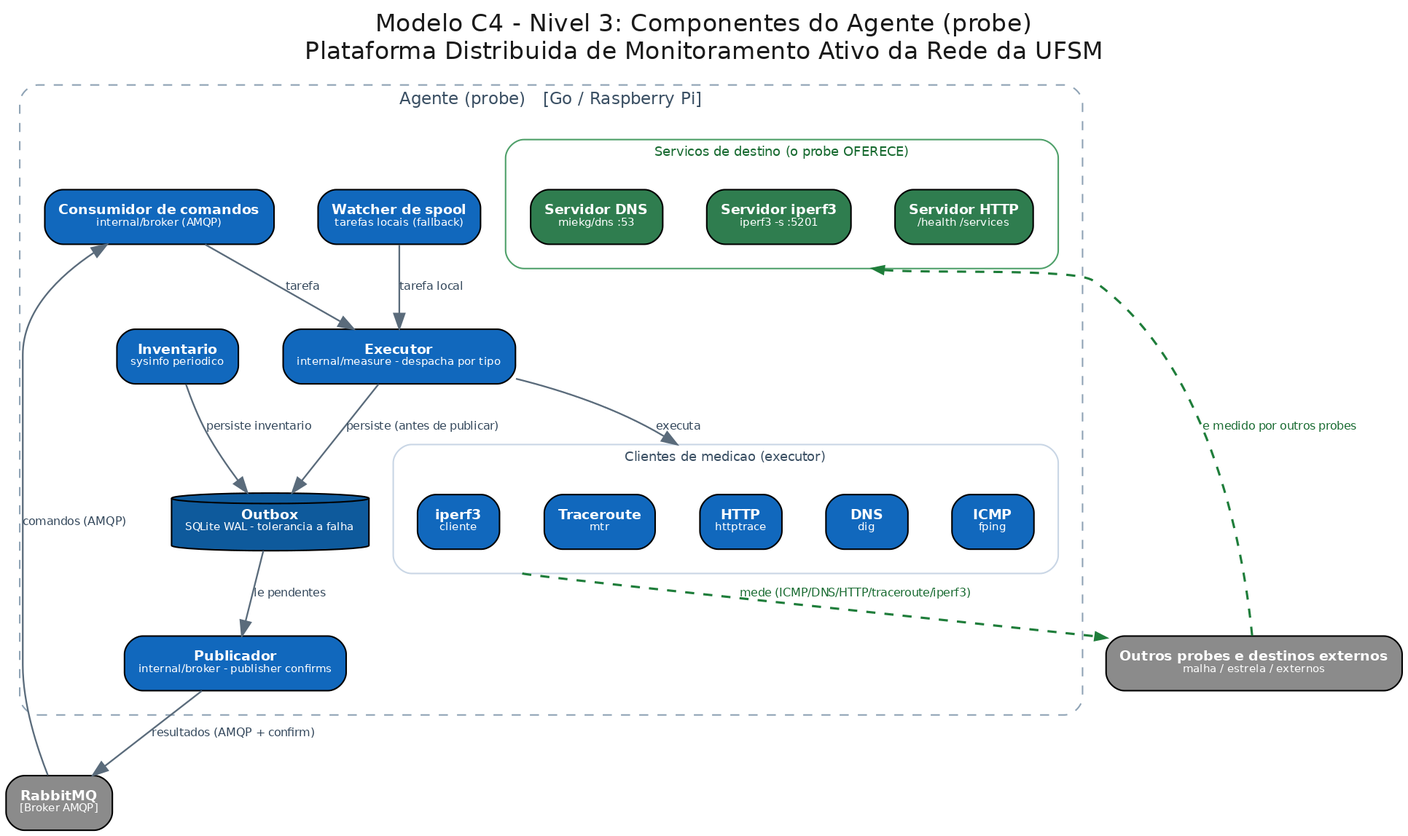
Before: docs/arquitetura/c4-3-componentes-agente.png, a diagram exported from Graphviz (anthony-c-silva/ufsm-monitor). Its source is kept beside it as docs/arquitetura/c4-3-componentes-agente.dot. Source of this version:
```dot
digraph C4_Componentes_Agente {
  rankdir=TB; compound=true;
  graph [fontname="Helvetica", labelloc="t", fontsize=16, fontcolor="#1a1a1a",
         label="Modelo C4 - Nivel 3: Componentes do Agente (probe)\nPlataforma Distribuida de Monitoramento Ativo da Rede da UFSM",
         nodesep=0.4, ranksep=0.65];
  node [shape=box, style="rounded,filled", fontname="Helvetica", fontsize=9, margin="0.13,0.08",
        fillcolor="#1168bd", fontcolor="white"];

  rabbit   [label=<<b>RabbitMQ</b><br/><font point-size="7.5" color="white">[Broker AMQP]</font>>, fillcolor="#8b8b8b"];
  externos [label=<<b>Outros probes e destinos externos</b><br/><font point-size="7.5" color="white">malha / estrela / externos</font>>, fillcolor="#8b8b8b"];

  subgraph cluster_agent {
    label="Agente (probe)   [Go / Raspberry Pi]";
    labelloc="t"; fontname="Helvetica"; fontsize=11; fontcolor="#3b5064";
    style="rounded,dashed"; color="#8fa3b5"; margin=16;

    consumer  [label=<<b>Consumidor de comandos</b><br/><font point-size="7.5" color="white">internal/broker (AMQP)</font>>];
    spool     [label=<<b>Watcher de spool</b><br/><font point-size="7.5" color="white">tarefas locais (fallback)</font>>];
    executor  [label=<<b>Executor</b><br/><font point-size="7.5" color="white">internal/measure - despacha por tipo</font>>];
    inventory [label=<<b>Inventario</b><br/><font point-size="7.5" color="white">sysinfo periodico</font>>];
    outbox    [label=<<b>Outbox</b><br/><font point-size="7.5" color="white">SQLite WAL - tolerancia a falha</font>>, shape=cylinder, fillcolor="#0e5a9c"];
    publisher [label=<<b>Publicador</b><br/><font point-size="7.5" color="white">internal/broker - publisher confirms</font>>];

    subgraph cluster_clients {
      label="Clientes de medicao (executor)";
      labelloc="t"; fontsize=8.5; fontcolor="#3b5064"; style="rounded"; color="#c9d6e5";
      c_icmp  [label=<<b>ICMP</b><br/><font point-size="7" color="white">fping</font>>];
      c_dns   [label=<<b>DNS</b><br/><font point-size="7" color="white">dig</font>>];
      c_http  [label=<<b>HTTP</b><br/><font point-size="7" color="white">httptrace</font>>];
      c_tr    [label=<<b>Traceroute</b><br/><font point-size="7" color="white">mtr</font>>];
      c_iperf [label=<<b>iperf3</b><br/><font point-size="7" color="white">cliente</font>>];
    }

    subgraph cluster_servers {
      label="Servicos de destino (o probe OFERECE)";
      labelloc="t"; fontsize=8.5; fontcolor="#176a30"; style="rounded"; color="#4fa06a";
      s_http  [label=<<b>Servidor HTTP</b><br/><font point-size="7" color="white">/health /services</font>>, fillcolor="#2f7d4f"];
      s_iperf [label=<<b>Servidor iperf3</b><br/><font point-size="7" color="white">iperf3 -s :5201</font>>, fillcolor="#2f7d4f"];
      s_dns   [label=<<b>Servidor DNS</b><br/><font point-size="7" color="white">miekg/dns :53</font>>, fillcolor="#2f7d4f"];
    }
  }

  edge [fontname="Helvetica", fontsize=7.5, color="#5a6b7b", fontcolor="#33475b", penwidth=1.1];
  rabbit -> consumer   [label="comandos (AMQP)"];
  consumer -> executor [label="tarefa"];
  spool -> executor    [label="tarefa local"];
  executor -> c_http   [lhead=cluster_clients, label="executa"];
  executor -> outbox   [label="persiste (antes de publicar)"];
  inventory -> outbox  [label="persiste inventario"];
  outbox -> publisher  [label="le pendentes"];
  publisher -> rabbit  [label="resultados (AMQP + confirm)"];

  edge [color="#1e7d3a", fontcolor="#176a30", style=dashed, penwidth=1.5, arrowsize=0.7];
  c_iperf -> externos [ltail=cluster_clients, label="mede (ICMP/DNS/HTTP/traceroute/iperf3)"];
  externos -> s_iperf [lhead=cluster_servers, label="e medido por outros probes"];
}
```
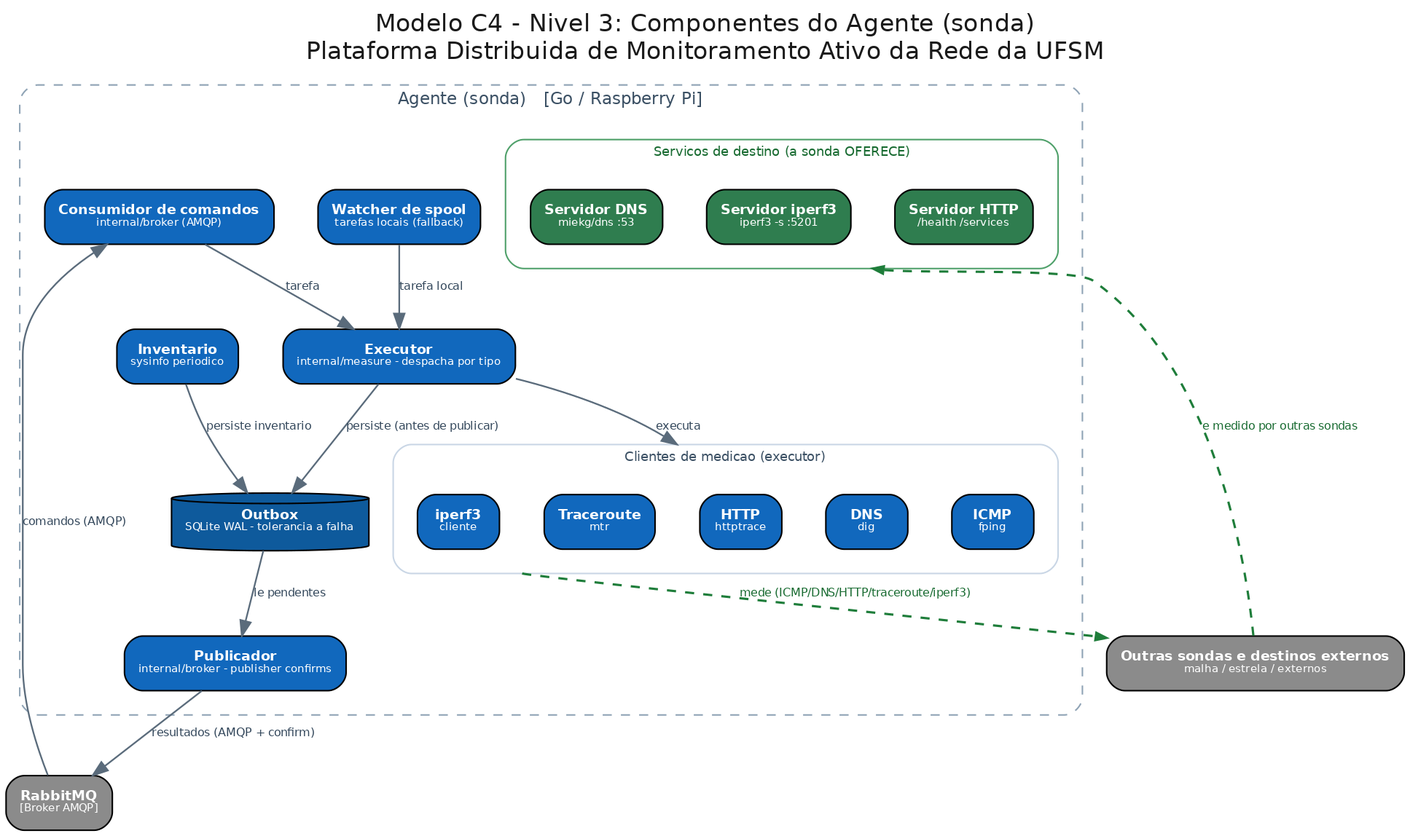
After the commit.

Diff of the diagram source:
```diff
@@ -1,16 +1,16 @@
 digraph C4_Componentes_Agente {
   rankdir=TB; compound=true;
   graph [fontname="Helvetica", labelloc="t", fontsize=16, fontcolor="#1a1a1a",
-         label="Modelo C4 - Nivel 3: Componentes do Agente (probe)\nPlataforma Distribuida de Monitoramento Ativo da Rede da UFSM",
+         label="Modelo C4 - Nivel 3: Componentes do Agente (sonda)\nPlataforma Distribuida de Monitoramento Ativo da Rede da UFSM",
          nodesep=0.4, ranksep=0.65];
   node [shape=box, style="rounded,filled", fontname="Helvetica", fontsize=9, margin="0.13,0.08",
         fillcolor="#1168bd", fontcolor="white"];
 
   rabbit   [label=<<b>RabbitMQ</b><br/><font point-size="7.5" color="white">[Broker AMQP]</font>>, fillcolor="#8b8b8b"];
-  externos [label=<<b>Outros probes e destinos externos</b><br/><font point-size="7.5" color="white">malha / estrela / externos</font>>, fillcolor="#8b8b8b"];
+  externos [label=<<b>Outras sondas e destinos externos</b><br/><font point-size="7.5" color="white">malha / estrela / externos</font>>, fillcolor="#8b8b8b"];
 
   subgraph cluster_agent {
-    label="Agente (probe)   [Go / Raspberry Pi]";
+    label="Agente (sonda)   [Go / Raspberry Pi]";
     labelloc="t"; fontname="Helvetica"; fontsize=11; fontcolor="#3b5064";
     style="rounded,dashed"; color="#8fa3b5"; margin=16;
 
@@ -32,7 +32,7 @@
     }
 
     subgraph cluster_servers {
-      label="Servicos de destino (o probe OFERECE)";
+      label="Servicos de destino (a sonda OFERECE)";
       labelloc="t"; fontsize=8.5; fontcolor="#176a30"; style="rounded"; color="#4fa06a";
       s_http  [label=<<b>Servidor HTTP</b><br/><font point-size="7" color="white">/health /services</font>>, fillcolor="#2f7d4f"];
       s_iperf [label=<<b>Servidor iperf3</b><br/><font point-size="7" color="white">iperf3 -s :5201</font>>, fillcolor="#2f7d4f"];
@@ -52,5 +52,5 @@
 
   edge [color="#1e7d3a", fontcolor="#176a30", style=dashed, penwidth=1.5, arrowsize=0.7];
   c_iperf -> externos [ltail=cluster_clients, label="mede (ICMP/DNS/HTTP/traceroute/iperf3)"];
-  externos -> s_iperf [lhead=cluster_servers, label="e medido por outros probes"];
+  externos -> s_iperf [lhead=cluster_servers, label="e medido por outras sondas"];
 }
```
